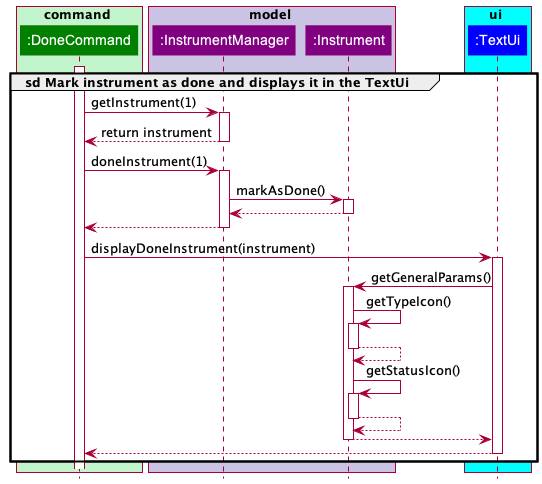
Before: docs/images/DoneCryptoExecuteDiagram.png, a diagram exported from PlantUML (williamlamjy/mTracker).
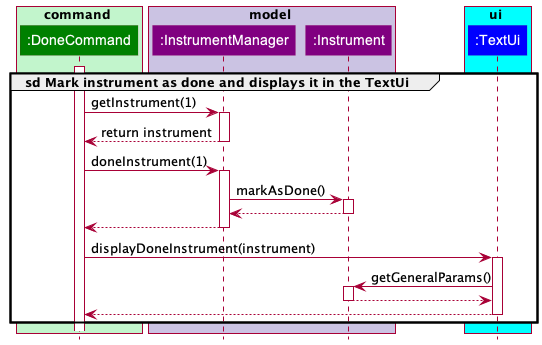
The same file after the commit.

What changed in the source:
```diff
@@ -40,16 +40,6 @@
 TextUi-> Instrument: getGeneralParams()
 activate Instrument
 
-Instrument-> Instrument: getTypeIcon()
-activate Instrument
-Instrument--> Instrument
-deactivate Instrument
-
-Instrument-> Instrument: getStatusIcon()
-activate Instrument
-Instrument--> Instrument
-deactivate Instrument
-
 Instrument--> TextUi
 deactivate Instrument
 
```
